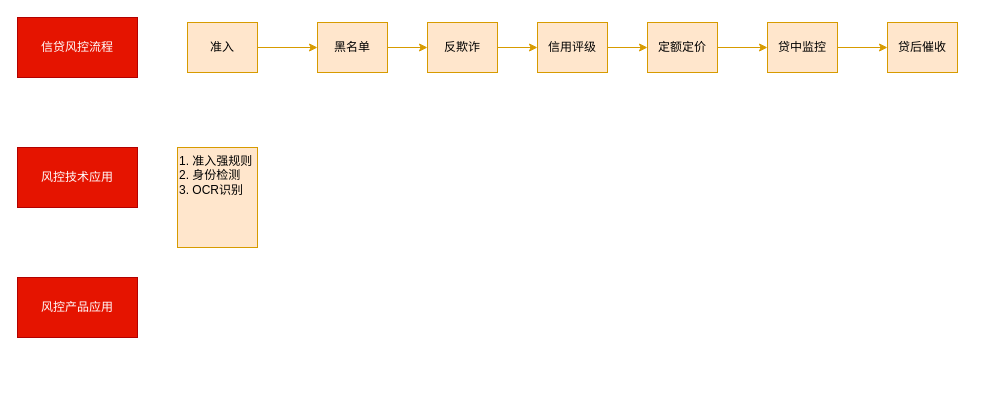
The draw.io diagram 智能信贷风控业务.drawio in liojian198/Bin-Blog, before the edit. Source tidied: cells renumbered, new cells numbered last; positions are measured from the earlier drawing's top-left corner, leaving out a move shared by most shapes. Both pictures are drawn from the tidied source at 100%, with x=0, y=0 at pixel (17, 17).
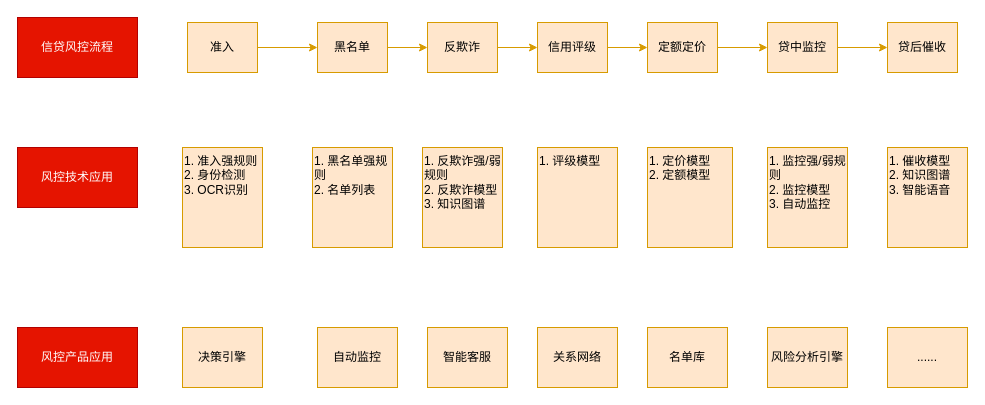
The same page after the edit.

Commit message (it also covers changes not shown here):
更新智能信贷风控业务.drawio

Diff of the diagram source:
```diff
@@
     <mxCell id="4" value="风控产品应用" style="rounded=0;whiteSpace=wrap;html=1;fillColor=#e51400;strokeColor=#B20000;fontColor=#ffffff;" parent="1" vertex="1">
-      <mxGeometry y="260" width="120" height="60" as="geometry" />
+      <mxGeometry y="310" width="120" height="60" as="geometry" />
     </mxCell>
@@
     <mxCell id="18" value="1. 准入强规则&lt;br&gt;2. 身份检测&lt;br&gt;3. OCR识别" style="rounded=0;whiteSpace=wrap;html=1;fillColor=#ffe6cc;strokeColor=#d79b00;verticalAlign=top;align=left;" parent="1" vertex="1">
-      <mxGeometry x="160" y="130" width="80" height="100" as="geometry" />
+      <mxGeometry x="165" y="130" width="80" height="100" as="geometry" />
     </mxCell>
+    <mxCell id="19" value="1. 黑名单强规则&lt;br&gt;2. 名单列表" style="rounded=0;whiteSpace=wrap;html=1;fillColor=#ffe6cc;strokeColor=#d79b00;verticalAlign=top;align=left;" parent="1" vertex="1">
+      <mxGeometry x="295" y="130" width="80" height="100" as="geometry" />
+    </mxCell>
+    <mxCell id="20" value="1. 反欺诈强/弱规则&lt;br&gt;2. 反欺诈模型&lt;br&gt;3. 知识图谱" style="rounded=0;whiteSpace=wrap;html=1;fillColor=#ffe6cc;strokeColor=#d79b00;verticalAlign=top;align=left;" parent="1" vertex="1">
+      <mxGeometry x="405" y="130" width="80" height="100" as="geometry" />
+    </mxCell>
+    <mxCell id="21" value="1. 评级模型" style="rounded=0;whiteSpace=wrap;html=1;fillColor=#ffe6cc;strokeColor=#d79b00;verticalAlign=top;align=left;" parent="1" vertex="1">
+      <mxGeometry x="520" y="130" width="80" height="100" as="geometry" />
+    </mxCell>
+    <mxCell id="22" value="1. 定价模型&lt;br&gt;2. 定额模型&lt;br&gt;" style="rounded=0;whiteSpace=wrap;html=1;fillColor=#ffe6cc;strokeColor=#d79b00;verticalAlign=top;align=left;" parent="1" vertex="1">
+      <mxGeometry x="630" y="130" width="85" height="100" as="geometry" />
+    </mxCell>
+    <mxCell id="23" value="1. 监控强/弱规则&lt;br&gt;2. 监控模型&lt;br&gt;3. 自动监控&lt;br&gt;" style="rounded=0;whiteSpace=wrap;html=1;fillColor=#ffe6cc;strokeColor=#d79b00;verticalAlign=top;align=left;" parent="1" vertex="1">
+      <mxGeometry x="750" y="130" width="80" height="100" as="geometry" />
+    </mxCell>
+    <mxCell id="24" value="1. 催收模型&lt;br&gt;2. 知识图谱&lt;br&gt;3. 智能语音" style="rounded=0;whiteSpace=wrap;html=1;fillColor=#ffe6cc;strokeColor=#d79b00;verticalAlign=top;align=left;" parent="1" vertex="1">
+      <mxGeometry x="870" y="130" width="80" height="100" as="geometry" />
+    </mxCell>
+    <mxCell id="25" value="决策引擎" style="rounded=0;whiteSpace=wrap;html=1;fillColor=#ffe6cc;strokeColor=#d79b00;verticalAlign=middle;align=center;" parent="1" vertex="1">
+      <mxGeometry x="165" y="310" width="80" height="60" as="geometry" />
+    </mxCell>
+    <mxCell id="26" value="自动监控" style="rounded=0;whiteSpace=wrap;html=1;fillColor=#ffe6cc;strokeColor=#d79b00;verticalAlign=middle;align=center;" parent="1" vertex="1">
+      <mxGeometry x="300" y="310" width="80" height="60" as="geometry" />
+    </mxCell>
+    <mxCell id="27" value="智能客服" style="rounded=0;whiteSpace=wrap;html=1;fillColor=#ffe6cc;strokeColor=#d79b00;verticalAlign=middle;align=center;" parent="1" vertex="1">
+      <mxGeometry x="410" y="310" width="80" height="60" as="geometry" />
+    </mxCell>
+    <mxCell id="28" value="关系网络" style="rounded=0;whiteSpace=wrap;html=1;fillColor=#ffe6cc;strokeColor=#d79b00;verticalAlign=middle;align=center;" parent="1" vertex="1">
+      <mxGeometry x="520" y="310" width="80" height="60" as="geometry" />
+    </mxCell>
+    <mxCell id="29" value="名单库" style="rounded=0;whiteSpace=wrap;html=1;fillColor=#ffe6cc;strokeColor=#d79b00;verticalAlign=middle;align=center;" parent="1" vertex="1">
+      <mxGeometry x="630" y="310" width="80" height="60" as="geometry" />
+    </mxCell>
+    <mxCell id="30" value="风险分析引擎" style="rounded=0;whiteSpace=wrap;html=1;fillColor=#ffe6cc;strokeColor=#d79b00;verticalAlign=middle;align=center;" parent="1" vertex="1">
+      <mxGeometry x="750" y="310" width="80" height="60" as="geometry" />
+    </mxCell>
+    <mxCell id="31" value="......" style="rounded=0;whiteSpace=wrap;html=1;fillColor=#ffe6cc;strokeColor=#d79b00;verticalAlign=middle;align=center;" parent="1" vertex="1">
+      <mxGeometry x="870" y="310" width="80" height="60" as="geometry" />
+    </mxCell>
```
